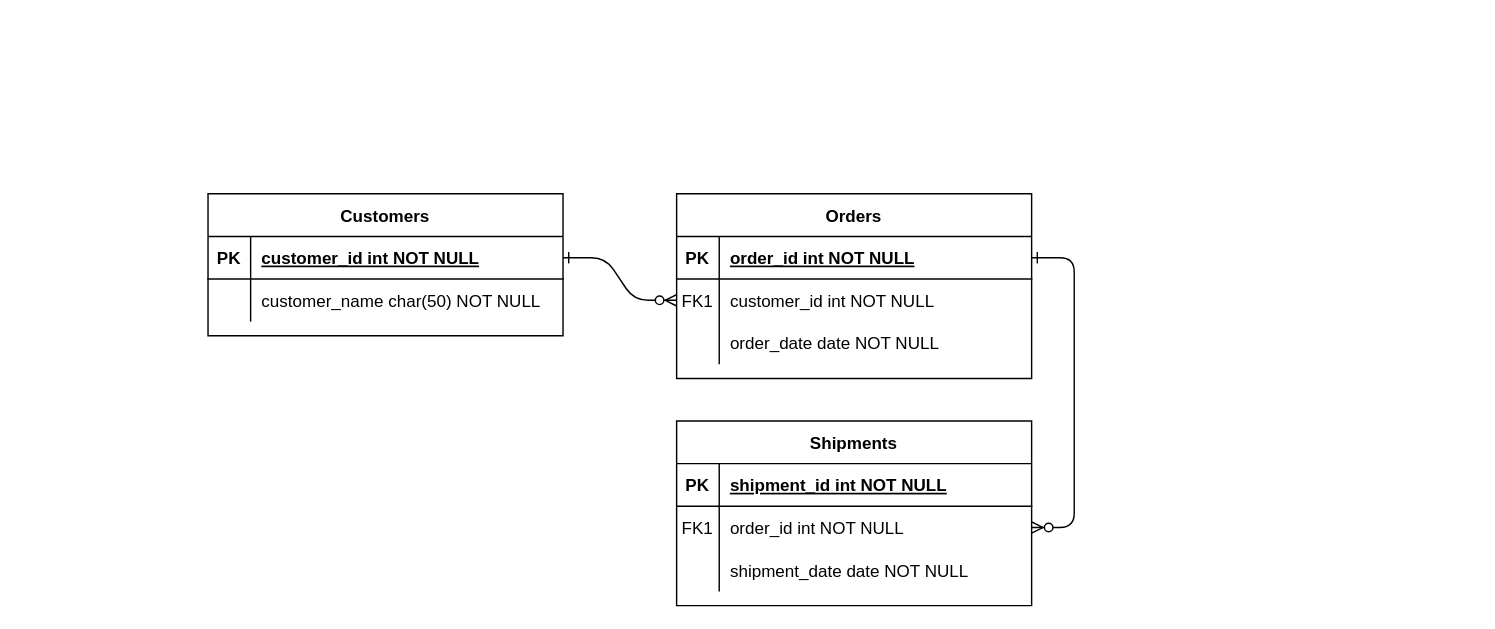
This is Untitled Diagram.drawio from Christinalytle/Christinalytle.github.io, a draw.io file, before an edit. Source tidied: cells renumbered, new cells numbered last; positions are measured from the earlier drawing's top-left corner, leaving out a move shared by most shapes. Both pictures are drawn from the tidied source at 142%, with x=0, y=0 at pixel (207, 193).
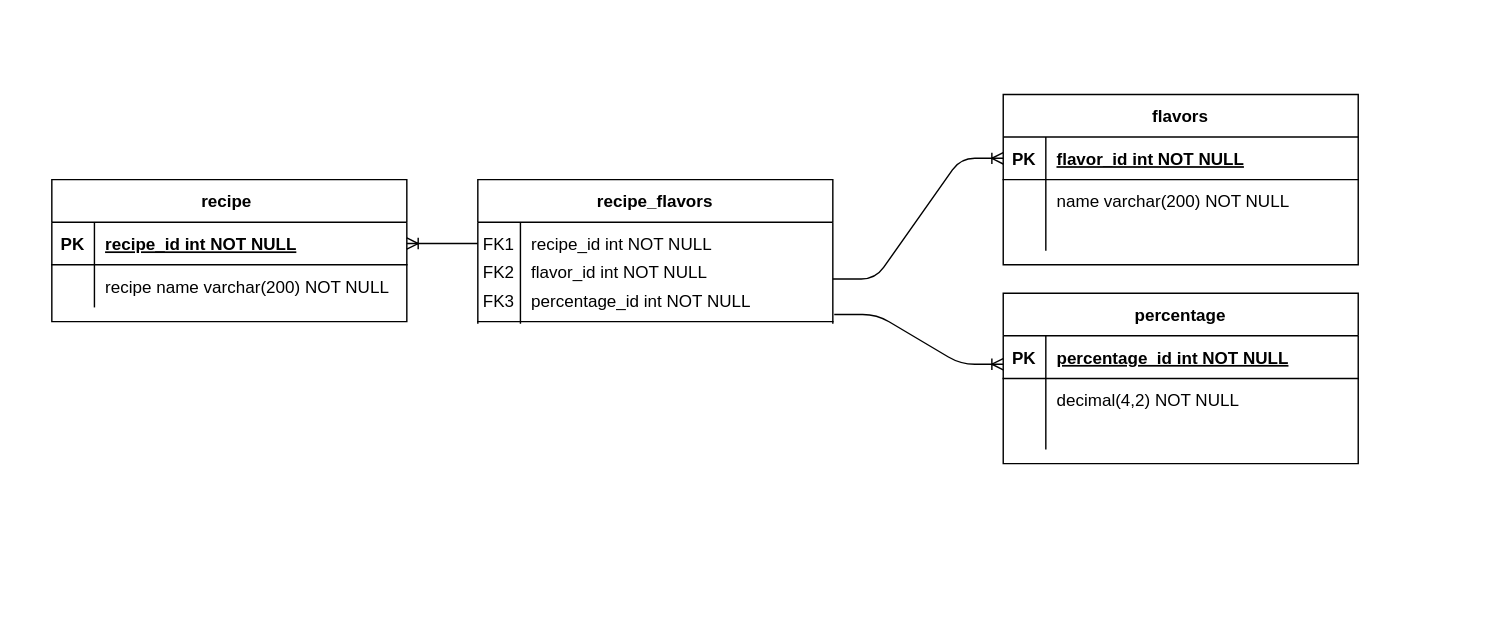
Above is the later version.

The change refers to these unchanged cells:
```xml
<mxCell id="15" style="shape=partialRectangle;fillColor=none;points=[[0,0.5],[1,0.5]];portConstraint=eastwest;top=0;left=0;right=0;bottom=1;" parent="14" vertex="1">
  <mxGeometry y="30" width="250" height="30" as="geometry" />
</mxCell>
<mxCell id="18" style="shape=partialRectangle;fillColor=none;points=[[0,0.5],[1,0.5]];portConstraint=eastwest;top=0;left=0;right=0;bottom=0;" parent="14" vertex="1">
  <mxGeometry y="60" width="250" height="30" as="geometry" />
</mxCell>
<mxCell id="25" style="shape=partialRectangle;fillColor=none;points=[[0,0.5],[1,0.5]];portConstraint=eastwest;top=0;left=0;right=0;bottom=1;" parent="24" vertex="1">
  <mxGeometry y="30" width="250" height="30" as="geometry" />
</mxCell>
<mxCell id="28" style="shape=partialRectangle;fillColor=none;top=0;left=0;right=0;bottom=0;" parent="24" vertex="1">
  <mxGeometry y="60" width="250" height="30" as="geometry" />
</mxCell>
```

Diff of the diagram source:
```diff
@@
-    <mxCell id="2" style="edgeStyle=entityRelationEdgeStyle;endArrow=ERzeroToMany;startArrow=ERone;endFill=1;startFill=0;" parent="1" edge="1" source="25" target="8">
-      <mxGeometry relative="1" as="geometry" />
-    </mxCell>
-    <mxCell id="3" style="edgeStyle=entityRelationEdgeStyle;endArrow=ERzeroToMany;startArrow=ERone;endFill=1;startFill=0;" parent="1" edge="1" source="5" target="18">
-      <mxGeometry relative="1" as="geometry" />
-    </mxCell>
+    <mxCell id="31" style="rounded=0;whiteSpace=wrap;html=1;strokeColor=#FFFFFF;" parent="1" vertex="1">
+      <mxGeometry x="-130" y="-120" width="1020" height="370" as="geometry" />
+    </mxCell>
-    <mxCell id="4" value="Orders" style="shape=table;startSize=30;childLayout=tableLayout;rowLines=0;fontStyle=1;align=center;" parent="1" vertex="1">
-      <mxGeometry x="330" width="250" height="130" as="geometry" />
+    <mxCell id="4" value="recipe_flavors" style="shape=table;startSize=30;childLayout=tableLayout;rowLines=0;fontStyle=1;align=center;" parent="1" vertex="1">
+      <mxGeometry x="190" y="-10" width="250" height="140" as="geometry" />
     </mxCell>
+    <mxCell id="8" style="shape=partialRectangle;fillColor=none;points=[[0,0.5],[1,0.5]];portConstraint=eastwest;top=0;left=0;right=0;bottom=0;" parent="4" vertex="1">
+      <mxGeometry y="30" width="250" height="30" as="geometry" />
+    </mxCell>
+    <mxCell id="9" value="FK1" style="shape=partialRectangle;overflow=hidden;fillColor=none;top=0;left=0;bottom=0;right=0;" parent="8" vertex="1">
+      <mxGeometry width="30" height="30" as="geometry" />
+    </mxCell>
+    <mxCell id="10" value="recipe_id int NOT NULL" style="shape=partialRectangle;overflow=hidden;fillColor=none;top=0;left=0;bottom=0;right=0;align=left;spacingLeft=6;" parent="8" vertex="1">
+      <mxGeometry x="30" width="220" height="30" as="geometry" />
+    </mxCell>
     <mxCell id="5" style="shape=partialRectangle;fillColor=none;points=[[0,0.5],[1,0.5]];portConstraint=eastwest;top=0;left=0;right=0;bottom=1;" parent="4" vertex="1">
-      <mxGeometry y="30" width="250" height="30" as="geometry" />
+      <mxGeometry y="60" width="250" height="40" as="geometry" />
     </mxCell>
-    <mxCell id="6" value="PK" style="shape=partialRectangle;overflow=hidden;fillColor=none;top=0;left=0;bottom=0;right=0;fontStyle=1;" parent="5" vertex="1">
-      <mxGeometry width="30" height="30" as="geometry" />
+    <mxCell id="6" style="shape=partialRectangle;overflow=hidden;fillColor=none;top=0;left=0;bottom=0;right=0;fontStyle=1;" parent="5" vertex="1">
+      <mxGeometry width="30" height="40" as="geometry" />
     </mxCell>
-    <mxCell id="7" value="order_id int NOT NULL " style="shape=partialRectangle;overflow=hidden;fillColor=none;top=0;left=0;bottom=0;right=0;align=left;spacingLeft=6;fontStyle=5;" parent="5" vertex="1">
-      <mxGeometry x="30" width="220" height="30" as="geometry" />
+    <mxCell id="7" style="shape=partialRectangle;overflow=hidden;fillColor=none;top=0;left=0;bottom=0;right=0;align=left;spacingLeft=6;fontStyle=5;" parent="5" vertex="1">
+      <mxGeometry x="30" width="220" height="40" as="geometry" />
     </mxCell>
-    <mxCell id="8" style="shape=partialRectangle;fillColor=none;points=[[0,0.5],[1,0.5]];portConstraint=eastwest;top=0;left=0;right=0;bottom=0;" parent="4" vertex="1">
-      <mxGeometry y="60" width="250" height="30" as="geometry" />
-    </mxCell>
-    <mxCell id="9" value="FK1" style="shape=partialRectangle;overflow=hidden;fillColor=none;top=0;left=0;bottom=0;right=0;" parent="8" vertex="1">
-      <mxGeometry width="30" height="30" as="geometry" />
-    </mxCell>
-    <mxCell id="10" value="customer_id int NOT NULL" style="shape=partialRectangle;overflow=hidden;fillColor=none;top=0;left=0;bottom=0;right=0;align=left;spacingLeft=6;" parent="8" vertex="1">
-      <mxGeometry x="30" width="220" height="30" as="geometry" />
-    </mxCell>
-    <mxCell id="11" style="shape=partialRectangle;fillColor=none;top=0;left=0;right=0;bottom=0;" parent="4" vertex="1">
-      <mxGeometry y="90" width="250" height="30" as="geometry" />
+    <mxCell id="11" style="shape=partialRectangle;fillColor=none;top=0;left=0;right=0;bottom=0;strokeColor=#FFFFFF;" parent="4" vertex="1">
+      <mxGeometry y="100" width="250" height="30" as="geometry" />
     </mxCell>
@@
-    <mxCell id="13" value="order_date date NOT NULL" style="shape=partialRectangle;overflow=hidden;fillColor=none;top=0;left=0;bottom=0;right=0;align=left;spacingLeft=6;" parent="11" vertex="1">
+    <mxCell id="13" style="shape=partialRectangle;overflow=hidden;fillColor=none;top=0;left=0;bottom=0;right=0;align=left;spacingLeft=6;" parent="11" vertex="1">
       <mxGeometry x="30" width="220" height="30" as="geometry" />
     </mxCell>
-    <mxCell id="14" value="Shipments" style="shape=table;startSize=30;childLayout=tableLayout;rowLines=0;fontStyle=1;align=center;" parent="1" vertex="1">
-      <mxGeometry x="330" y="160" width="250" height="130" as="geometry" />
+    <mxCell id="14" value="flavors" style="shape=table;startSize=30;childLayout=tableLayout;rowLines=0;fontStyle=1;align=center;" parent="1" vertex="1">
+      <mxGeometry x="560" y="-70" width="250" height="120" as="geometry" />
     </mxCell>
@@
-    <mxCell id="17" value="shipment_id int NOT NULL " style="shape=partialRectangle;overflow=hidden;fillColor=none;top=0;left=0;bottom=0;right=0;align=left;spacingLeft=6;fontStyle=5;" parent="15" vertex="1">
+    <mxCell id="17" value="flavor_id int NOT NULL" style="shape=partialRectangle;overflow=hidden;fillColor=none;top=0;left=0;bottom=0;right=0;align=left;spacingLeft=6;fontStyle=5;" parent="15" vertex="1">
       <mxGeometry x="30" width="220" height="30" as="geometry" />
     </mxCell>
@@
-    <mxCell id="19" value="FK1" style="shape=partialRectangle;overflow=hidden;fillColor=none;top=0;left=0;bottom=0;right=0;" parent="18" vertex="1">
+    <mxCell id="19" style="shape=partialRectangle;overflow=hidden;fillColor=none;top=0;left=0;bottom=0;right=0;" parent="18" vertex="1">
       <mxGeometry width="30" height="30" as="geometry" />
     </mxCell>
-    <mxCell id="20" value="order_id int NOT NULL" style="shape=partialRectangle;overflow=hidden;fillColor=none;top=0;left=0;bottom=0;right=0;align=left;spacingLeft=6;" parent="18" vertex="1">
+    <mxCell id="20" value="name varchar(200) NOT NULL" style="shape=partialRectangle;overflow=hidden;fillColor=none;top=0;left=0;bottom=0;right=0;align=left;spacingLeft=6;" parent="18" vertex="1">
       <mxGeometry x="30" width="220" height="30" as="geometry" />
     </mxCell>
     <mxCell id="21" style="shape=partialRectangle;fillColor=none;top=0;left=0;right=0;bottom=0;" parent="14" vertex="1">
-      <mxGeometry y="90" width="250" height="30" as="geometry" />
+      <mxGeometry y="90" width="250" height="20" as="geometry" />
     </mxCell>
     <mxCell id="22" style="shape=partialRectangle;overflow=hidden;fillColor=none;top=0;left=0;bottom=0;right=0;" parent="21" vertex="1">
-      <mxGeometry width="30" height="30" as="geometry" />
+      <mxGeometry width="30" height="20" as="geometry" />
     </mxCell>
-    <mxCell id="23" value="shipment_date date NOT NULL" style="shape=partialRectangle;overflow=hidden;fillColor=none;top=0;left=0;bottom=0;right=0;align=left;spacingLeft=6;" parent="21" vertex="1">
-      <mxGeometry x="30" width="220" height="30" as="geometry" />
+    <mxCell id="23" style="shape=partialRectangle;overflow=hidden;fillColor=none;top=0;left=0;bottom=0;right=0;align=left;spacingLeft=6;" parent="21" vertex="1">
+      <mxGeometry x="30" width="220" height="20" as="geometry" />
     </mxCell>
-    <mxCell id="24" value="Customers" style="shape=table;startSize=30;childLayout=tableLayout;rowLines=0;fontStyle=1;align=center;" parent="1" vertex="1">
-      <mxGeometry width="250" height="100" as="geometry" />
+    <mxCell id="24" value="recipe " style="shape=table;startSize=30;childLayout=tableLayout;rowLines=0;fontStyle=1;align=center;" parent="1" vertex="1">
+      <mxGeometry x="-110" y="-10" width="250" height="100" as="geometry" />
     </mxCell>
@@
-    <mxCell id="27" value="customer_id int NOT NULL " style="shape=partialRectangle;overflow=hidden;fillColor=none;top=0;left=0;bottom=0;right=0;align=left;spacingLeft=6;fontStyle=5;" parent="25" vertex="1">
+    <mxCell id="27" value="recipe_id int NOT NULL" style="shape=partialRectangle;overflow=hidden;fillColor=none;top=0;left=0;bottom=0;right=0;align=left;spacingLeft=6;fontStyle=5;" parent="25" vertex="1">
       <mxGeometry x="30" width="220" height="30" as="geometry" />
     </mxCell>
@@
-    <mxCell id="30" value="customer_name char(50) NOT NULL" style="shape=partialRectangle;overflow=hidden;fillColor=none;top=0;left=0;bottom=0;right=0;align=left;spacingLeft=6;" parent="28" vertex="1">
+    <mxCell id="30" value="recipe name varchar(200) NOT NULL" style="shape=partialRectangle;overflow=hidden;fillColor=none;top=0;left=0;bottom=0;right=0;align=left;spacingLeft=6;" parent="28" vertex="1">
       <mxGeometry x="30" width="220" height="30" as="geometry" />
     </mxCell>
+    <mxCell id="32" style="shape=partialRectangle;fillColor=none;top=0;left=0;right=0;bottom=0;" parent="1" vertex="1">
+      <mxGeometry x="190" y="40" width="250" height="30" as="geometry" />
+    </mxCell>
+    <mxCell id="33" value="FK2" style="shape=partialRectangle;overflow=hidden;fillColor=none;top=0;left=0;bottom=0;right=0;" parent="32" vertex="1">
+      <mxGeometry width="30" height="30" as="geometry" />
+    </mxCell>
+    <mxCell id="34" value="flavor_id int NOT NULL" style="shape=partialRectangle;overflow=hidden;fillColor=none;top=0;left=0;bottom=0;right=0;align=left;spacingLeft=6;" parent="32" vertex="1">
+      <mxGeometry x="30" width="220" height="30" as="geometry" />
+    </mxCell>
+    <mxCell id="35" style="shape=partialRectangle;fillColor=none;points=[[0,0.5],[1,0.5]];portConstraint=eastwest;top=0;left=0;right=0;bottom=0;" parent="1" vertex="1">
+      <mxGeometry x="190" y="60" width="250" height="30" as="geometry" />
+    </mxCell>
+    <mxCell id="36" value="FK3" style="shape=partialRectangle;overflow=hidden;fillColor=none;top=0;left=0;bottom=0;right=0;" parent="35" vertex="1">
+      <mxGeometry width="30" height="30" as="geometry" />
+    </mxCell>
+    <mxCell id="37" value="percentage_id int NOT NULL" style="shape=partialRectangle;overflow=hidden;fillColor=none;top=0;left=0;bottom=0;right=0;align=left;spacingLeft=6;" parent="35" vertex="1">
+      <mxGeometry x="30" width="220" height="30" as="geometry" />
+    </mxCell>
+    <mxCell id="38" style="rounded=0;whiteSpace=wrap;html=1;strokeColor=#FFFFFF;" parent="1" vertex="1">
+      <mxGeometry x="180" y="92" width="280" height="60" as="geometry" />
+    </mxCell>
+    <mxCell id="39" value="percentage" style="shape=table;startSize=30;childLayout=tableLayout;rowLines=0;fontStyle=1;align=center;" parent="1" vertex="1">
+      <mxGeometry x="560" y="70" width="250" height="120" as="geometry" />
+    </mxCell>
+    <mxCell id="40" style="shape=partialRectangle;fillColor=none;top=0;left=0;right=0;bottom=1;" parent="39" vertex="1">
+      <mxGeometry y="30" width="250" height="30" as="geometry" />
+    </mxCell>
+    <mxCell id="41" value="PK" style="shape=partialRectangle;overflow=hidden;fillColor=none;top=0;left=0;bottom=0;right=0;fontStyle=1;" parent="40" vertex="1">
+      <mxGeometry width="30" height="30" as="geometry" />
+    </mxCell>
+    <mxCell id="42" value="percentage_id int NOT NULL" style="shape=partialRectangle;overflow=hidden;fillColor=none;top=0;left=0;bottom=0;right=0;align=left;spacingLeft=6;fontStyle=5;" parent="40" vertex="1">
+      <mxGeometry x="30" width="220" height="30" as="geometry" />
+    </mxCell>
+    <mxCell id="43" style="shape=partialRectangle;fillColor=none;top=0;left=0;right=0;bottom=0;" parent="39" vertex="1">
+      <mxGeometry y="60" width="250" height="30" as="geometry" />
+    </mxCell>
+    <mxCell id="44" style="shape=partialRectangle;overflow=hidden;fillColor=none;top=0;left=0;bottom=0;right=0;" parent="43" vertex="1">
+      <mxGeometry width="30" height="30" as="geometry" />
+    </mxCell>
+    <mxCell id="45" value="decimal(4,2) NOT NULL" style="shape=partialRectangle;overflow=hidden;fillColor=none;top=0;left=0;bottom=0;right=0;align=left;spacingLeft=6;" parent="43" vertex="1">
+      <mxGeometry x="30" width="220" height="30" as="geometry" />
+    </mxCell>
+    <mxCell id="46" style="shape=partialRectangle;fillColor=none;top=0;left=0;right=0;bottom=0;" parent="39" vertex="1">
+      <mxGeometry y="90" width="250" height="20" as="geometry" />
+    </mxCell>
+    <mxCell id="47" style="shape=partialRectangle;overflow=hidden;fillColor=none;top=0;left=0;bottom=0;right=0;" parent="46" vertex="1">
+      <mxGeometry width="30" height="20" as="geometry" />
+    </mxCell>
+    <mxCell id="48" style="shape=partialRectangle;overflow=hidden;fillColor=none;top=0;left=0;bottom=0;right=0;align=left;spacingLeft=6;" parent="46" vertex="1">
+      <mxGeometry x="30" width="220" height="20" as="geometry" />
+    </mxCell>
+    <mxCell id="49" style="edgeStyle=entityRelationEdgeStyle;fontSize=12;html=1;endArrow=ERoneToMany;exitX=0;exitY=0.5;exitDx=0;exitDy=0;entryX=1;entryY=0.5;entryDx=0;entryDy=0;" parent="1" edge="1" source="8" target="25">
+      <mxGeometry relative="1" as="geometry" />
+    </mxCell>
+    <mxCell id="50" style="edgeStyle=entityRelationEdgeStyle;fontSize=12;html=1;endArrow=ERoneToMany;entryX=0;entryY=0.5;entryDx=0;entryDy=0;" parent="1" edge="1" target="15">
+      <mxGeometry relative="1" as="geometry">
+        <mxPoint x="440" y="60" as="sourcePoint" />
+      </mxGeometry>
+    </mxCell>
+    <mxCell id="51" style="edgeStyle=entityRelationEdgeStyle;fontSize=12;html=1;endArrow=ERoneToMany;entryX=0;entryY=0.5;entryDx=0;entryDy=0;exitX=1.004;exitY=0.833;exitDx=0;exitDy=0;exitPerimeter=0;" parent="1" edge="1" source="35">
+      <mxGeometry relative="1" as="geometry">
+        <mxPoint x="560" y="120" as="targetPoint" />
+      </mxGeometry>
+    </mxCell>
```
